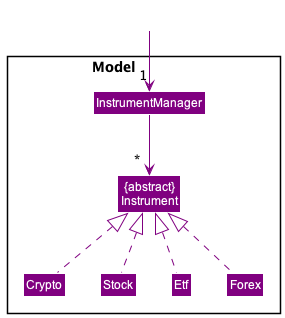
The PlantUML diagram docs/images/ModelDiagram.png in williamlamjy/mTracker, before a commit.
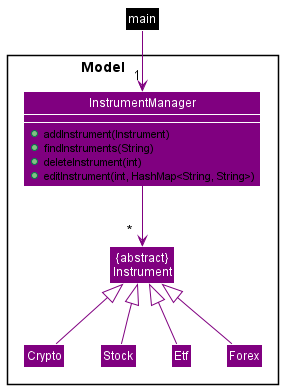
Above is the later version.

Commit message:
Fix model and update console diagram

What changed in the source:
```diff
@@ -1,21 +1,28 @@
 @startuml
 !include Styles.puml
 
-Package "Model            "  <<Rectangle>>{
+Package "Model                    "  <<Rectangle>>{
      Class "{abstract}\nInstrument" as Instrument COLOR_MODEL
-     Class InstrumentManager COLOR_MODEL
+     Class InstrumentManager COLOR_MODEL {
+        + addInstrument(Instrument)
+        + findInstruments(String)
+        + deleteInstrument(int)
+        + editInstrument(int, HashMap<String, String>)
+     }
      Class Crypto COLOR_MODEL
      Class Stock COLOR_MODEL
      Class Etf COLOR_MODEL
      Class Forex COLOR_MODEL
 }
 
-Class outside COLOR_WHITE
-outside -down[COLOR_MODEL]->"1" InstrumentManager
-Crypto -up[COLOR_MODEL].|>Instrument
-Stock -up[COLOR_MODEL].|>Instrument
-Etf -up[COLOR_MODEL].|>Instrument
-Forex -up[COLOR_MODEL].|>Instrument
+show InstrumentManager members
+
+Class main COLOR_MAIN
+main -down[COLOR_MODEL]->"1" InstrumentManager
+Crypto -up[COLOR_MODEL]-|>Instrument
+Stock -up[COLOR_MODEL]-|>Instrument
+Etf -up[COLOR_MODEL]-|>Instrument
+Forex -up[COLOR_MODEL]-|>Instrument
 InstrumentManager -down[COLOR_MODEL]-> "              *" Instrument
 
 @enduml
```
